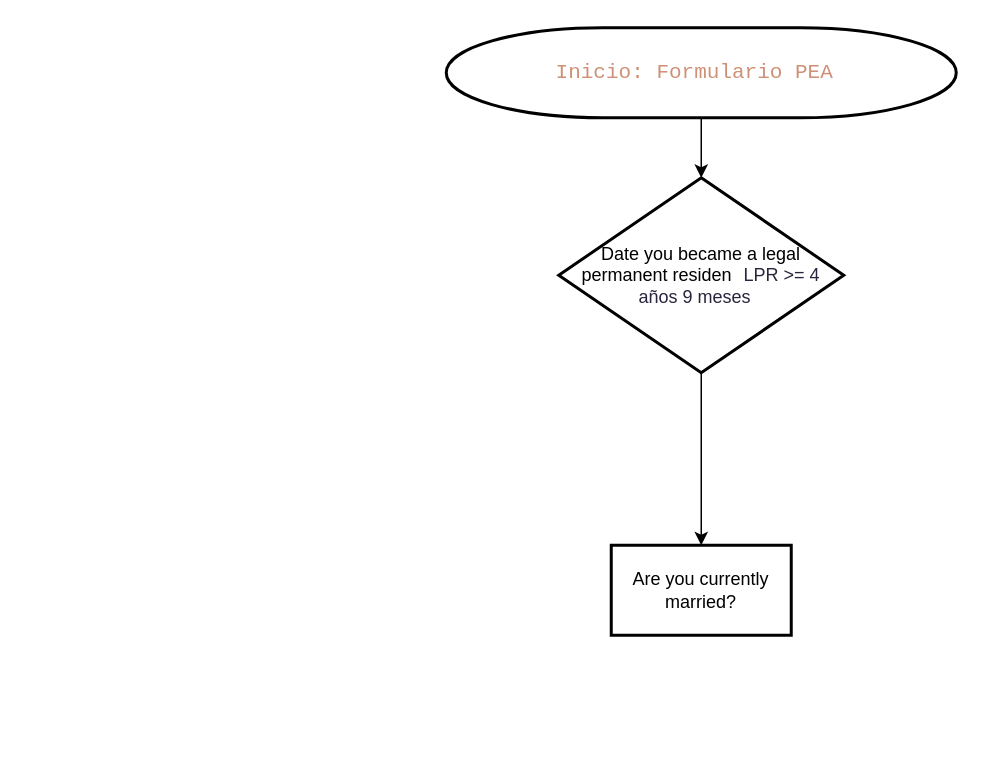
Before: Preliminary Diagram.drawio in thomywtc/portfolio, a draw.io diagram. Source tidied: cells renumbered, new cells numbered last; positions are measured from the earlier drawing's top-left corner, leaving out a move shared by most shapes. Both pictures are drawn from the tidied source at 150%, with x=0, y=0 at pixel (446, 27).
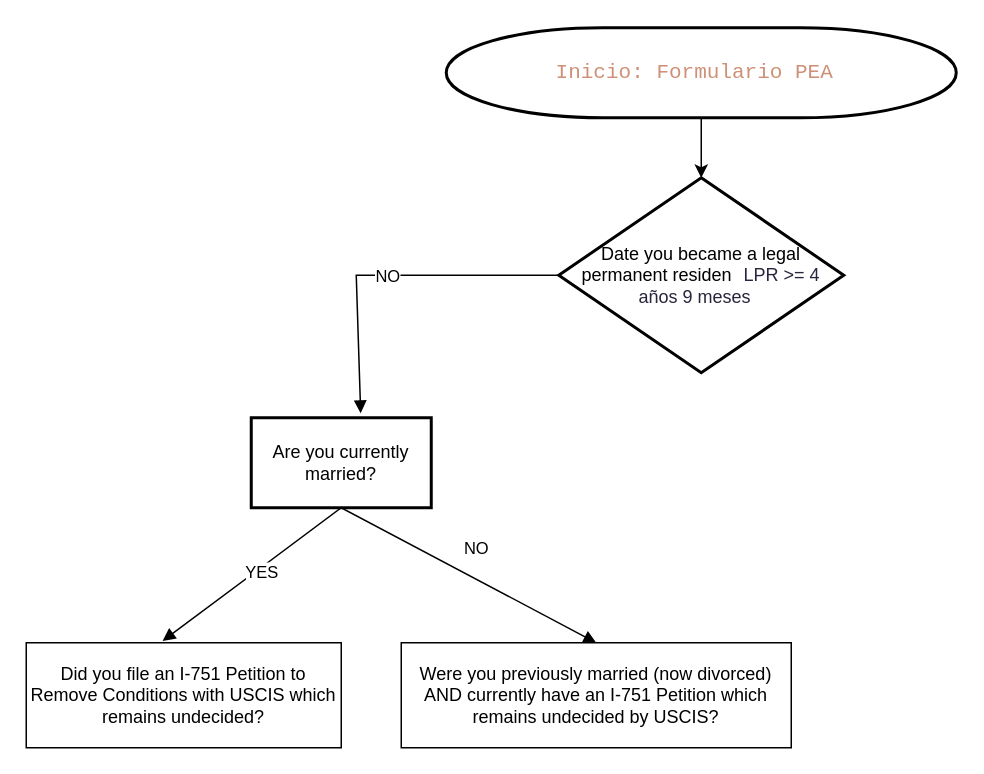
The same diagram, later.

The edit, as a diff of the source:
```diff
@@
 <mxGraphModel>
   <root>
     <mxCell id="0" />
     <mxCell id="1" parent="0" />
     <mxCell id="2" style="edgeStyle=none;rounded=0;jettySize=auto;html=1;" parent="1" edge="1" source="3" target="5">
       <mxGeometry relative="1" as="geometry" />
     </mxCell>
     <mxCell id="3" value="&lt;div style=&quot;color: rgb(212, 212, 212); font-family: Consolas, &amp;quot;Courier New&amp;quot;, monospace; font-weight: normal; font-size: 14px; line-height: 19px; white-space: pre;&quot;&gt;&lt;div&gt;&lt;span style=&quot;color: rgb(206, 145, 120);&quot;&gt;Inicio: Formulario PEA &lt;/span&gt;&lt;/div&gt;&lt;/div&gt;" style="strokeWidth=2;html=1;shape=mxgraph.flowchart.terminator;whiteSpace=wrap;" parent="1" vertex="1">
       <mxGeometry width="340" height="60" as="geometry" />
     </mxCell>
-    <mxCell id="4" style="edgeStyle=orthogonalEdgeStyle;rounded=0;jettySize=auto;html=1;libavoidRouting=1;" parent="1" edge="1" source="5" target="6">
-      <mxGeometry relative="1" as="geometry" />
-    </mxCell>
     <mxCell id="5" value="&lt;span class=&quot;gform-field-label__text&quot;&gt;Date you became a legal permanent residen&lt;/span&gt;&lt;span style=&quot;padding-left: 8px; padding-right: 8px; text-align: center; justify-content: center; color: light-dark(rgb(40, 37, 61), rgb(255, 255, 255));&quot;&gt;LPR &amp;gt;= 4 años 9 meses&lt;/span&gt;" style="strokeWidth=2;html=1;shape=mxgraph.flowchart.decision;whiteSpace=wrap;" parent="1" vertex="1">
       <mxGeometry x="75" y="100" width="190" height="130" as="geometry" />
     </mxCell>
     <mxCell id="6" value="&lt;span class=&quot;gform-field-label__text&quot;&gt;Are you currently married?&lt;/span&gt;" style="whiteSpace=wrap;html=1;strokeWidth=2;" parent="1" vertex="1">
-      <mxGeometry x="110" y="345" width="120" height="60" as="geometry" />
+      <mxGeometry x="-130" y="260" width="120" height="60" as="geometry" />
     </mxCell>
+    <mxCell id="4" value="&lt;div&gt;NO&lt;/div&gt;" style="html=1;verticalAlign=bottom;endArrow=block;curved=0;rounded=0;entryX=0.608;entryY=-0.05;entryDx=0;entryDy=0;entryPerimeter=0;exitX=0;exitY=0.5;exitDx=0;exitDy=0;exitPerimeter=0;" parent="1" edge="1" source="5" target="6">
+      <mxGeometry y="10" relative="1" as="geometry">
+        <Array as="points">
+          <mxPoint x="-60" y="165" />
+        </Array>
+      </mxGeometry>
+    </mxCell>
+    <mxCell id="7" value="&lt;div&gt;NO&lt;/div&gt;" style="html=1;verticalAlign=bottom;endArrow=block;curved=0;rounded=0;exitX=0.5;exitY=1;exitDx=0;exitDy=0;entryX=0.5;entryY=0;entryDx=0;entryDy=0;" parent="1" edge="1" source="6" target="8">
+      <mxGeometry y="10" relative="1" as="geometry" />
+    </mxCell>
+    <mxCell id="8" value="&lt;span class=&quot;gform-field-label__text&quot;&gt;Were you previously married (now divorced) AND currently have an I-751 Petition which remains undecided by USCIS?&lt;/span&gt;" style="rounded=0;whiteSpace=wrap;html=1;" parent="1" vertex="1">
+      <mxGeometry x="-30" y="410" width="260" height="70" as="geometry" />
+    </mxCell>
+    <mxCell id="9" value="YES" style="html=1;verticalAlign=bottom;endArrow=block;curved=0;rounded=0;exitX=0.5;exitY=1;exitDx=0;exitDy=0;entryX=0.433;entryY=-0.017;entryDx=0;entryDy=0;entryPerimeter=0;" parent="1" edge="1" source="6" target="10">
+      <mxGeometry y="10" relative="1" as="geometry" />
+    </mxCell>
+    <mxCell id="10" value="&lt;span class=&quot;gform-field-label__text&quot;&gt;Did you file an I-751 Petition to Remove Conditions with USCIS which remains undecided?&lt;/span&gt;" style="rounded=0;whiteSpace=wrap;html=1;" parent="1" vertex="1">
+      <mxGeometry x="-280" y="410" width="210" height="70" as="geometry" />
+    </mxCell>
   </root>
 </mxGraphModel>
```
